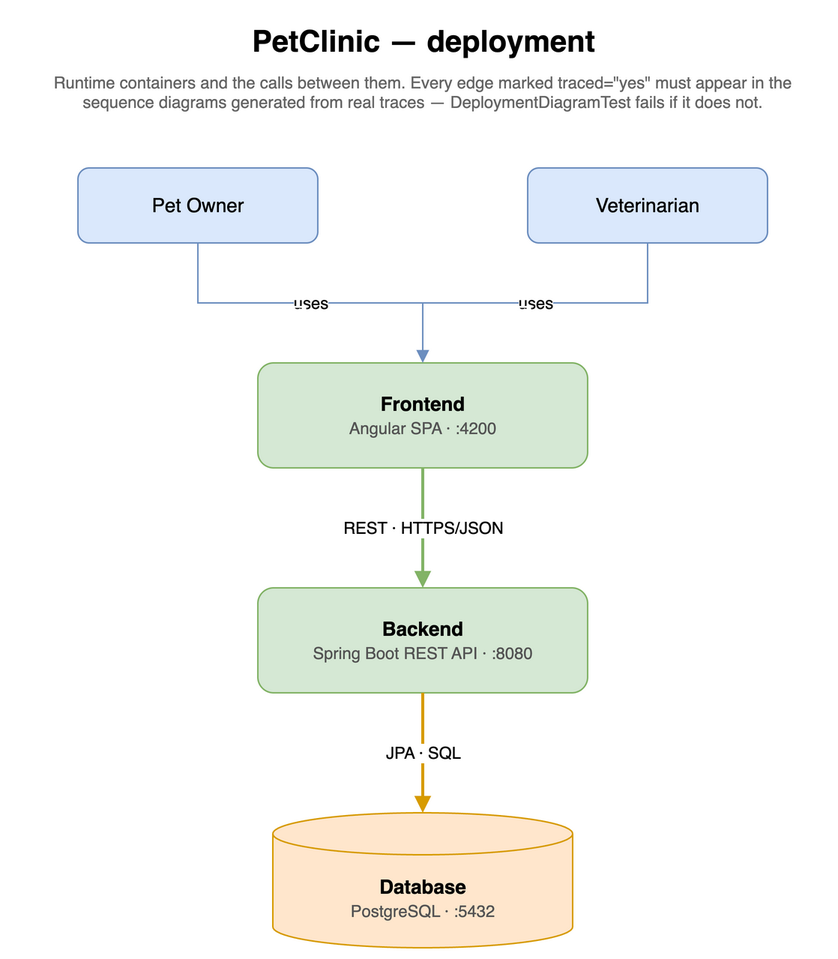
Earlier version of the draw.io export petclinic-backend/docs/deployment.drawio.png (victorrentea/petclinic). Source tidied: cells renumbered, new cells last; positions are measured from the earlier drawing's top-left corner, leaving out a move shared by most shapes. Its diagram source:
```xml
<mxGraphModel>
  <root>
    <mxCell id="0" />
    <mxCell id="1" parent="0" />
    <mxCell id="2" value="PetClinic — deployment" style="text;html=1;align=center;verticalAlign=middle;fontSize=20;fontStyle=1;" parent="1" vertex="1">
      <mxGeometry x="40" width="460" height="30" as="geometry" />
    </mxCell>
    <mxCell id="3" value="Runtime containers and the calls between them. Every edge marked traced=&quot;yes&quot; must appear in the sequence diagrams generated from real traces — DeploymentDiagramTest fails if it does not." style="text;html=1;align=center;verticalAlign=top;fontSize=11;fontColor=#666666;whiteSpace=wrap;" parent="1" vertex="1">
      <mxGeometry y="30" width="540" height="46" as="geometry" />
    </mxCell>
    <mxCell id="4" value="Pet Owner" style="rounded=1;whiteSpace=wrap;html=1;fillColor=#dae8fc;strokeColor=#6c8ebf;fontSize=13;" parent="1" vertex="1">
      <mxGeometry x="40" y="100" width="160" height="50" as="geometry" />
    </mxCell>
    <mxCell id="5" value="Veterinarian" style="rounded=1;whiteSpace=wrap;html=1;fillColor=#dae8fc;strokeColor=#6c8ebf;fontSize=13;" parent="1" vertex="1">
      <mxGeometry x="340" y="100" width="160" height="50" as="geometry" />
    </mxCell>
    <mxCell id="6" value="&lt;b&gt;Frontend&lt;/b&gt;&lt;br&gt;&lt;font style=&quot;font-size:11px;color:#555555&quot;&gt;Angular SPA · :4200&lt;/font&gt;" style="rounded=1;whiteSpace=wrap;html=1;fillColor=#d5e8d4;strokeColor=#82b366;fontSize=13;verticalAlign=middle;" parent="1" vertex="1">
      <mxGeometry x="160" y="230" width="220" height="70" as="geometry" />
    </mxCell>
    <mxCell id="7" value="&lt;b&gt;Backend&lt;/b&gt;&lt;br&gt;&lt;font style=&quot;font-size:11px;color:#555555&quot;&gt;Spring Boot REST API · :8080&lt;/font&gt;" style="rounded=1;whiteSpace=wrap;html=1;fillColor=#d5e8d4;strokeColor=#82b366;fontSize=13;verticalAlign=middle;" parent="1" vertex="1">
      <mxGeometry x="160" y="380" width="220" height="70" as="geometry" />
    </mxCell>
    <mxCell id="8" value="&lt;b&gt;Database&lt;/b&gt;&lt;br&gt;&lt;font style=&quot;font-size:11px;color:#555555&quot;&gt;PostgreSQL · :5432&lt;/font&gt;" style="shape=cylinder3;whiteSpace=wrap;html=1;boundedLbl=1;backgroundOutline=1;size=14;fillColor=#ffe6cc;strokeColor=#d79b00;fontSize=13;verticalAlign=middle;" parent="1" vertex="1">
      <mxGeometry x="170" y="530" width="200" height="90" as="geometry" />
    </mxCell>
    <mxCell id="9" value="uses" style="edgeStyle=orthogonalEdgeStyle;rounded=0;html=1;labelBackgroundColor=#FFFFFF;endArrow=block;strokeColor=#6c8ebf;fontSize=11;" parent="1" edge="1" source="4" target="6">
      <mxGeometry relative="1" as="geometry" />
    </mxCell>
    <mxCell id="10" value="uses" style="edgeStyle=orthogonalEdgeStyle;rounded=0;html=1;labelBackgroundColor=#FFFFFF;endArrow=block;strokeColor=#6c8ebf;fontSize=11;" parent="1" edge="1" source="5" target="6">
      <mxGeometry relative="1" as="geometry" />
    </mxCell>
    <mxCell id="11" value="REST · HTTPS/JSON" style="edgeStyle=orthogonalEdgeStyle;rounded=0;html=1;labelBackgroundColor=#FFFFFF;endArrow=block;strokeWidth=2;strokeColor=#82b366;fontSize=11;" parent="1" edge="1" source="6" target="7">
      <mxGeometry relative="1" as="geometry" />
    </mxCell>
    <mxCell id="12" value="JPA · SQL" style="edgeStyle=orthogonalEdgeStyle;rounded=0;html=1;labelBackgroundColor=#FFFFFF;endArrow=block;strokeWidth=2;strokeColor=#d79b00;fontSize=11;" parent="1" edge="1" source="7" target="8">
      <mxGeometry relative="1" as="geometry" />
    </mxCell>
  </root>
</mxGraphModel>
```
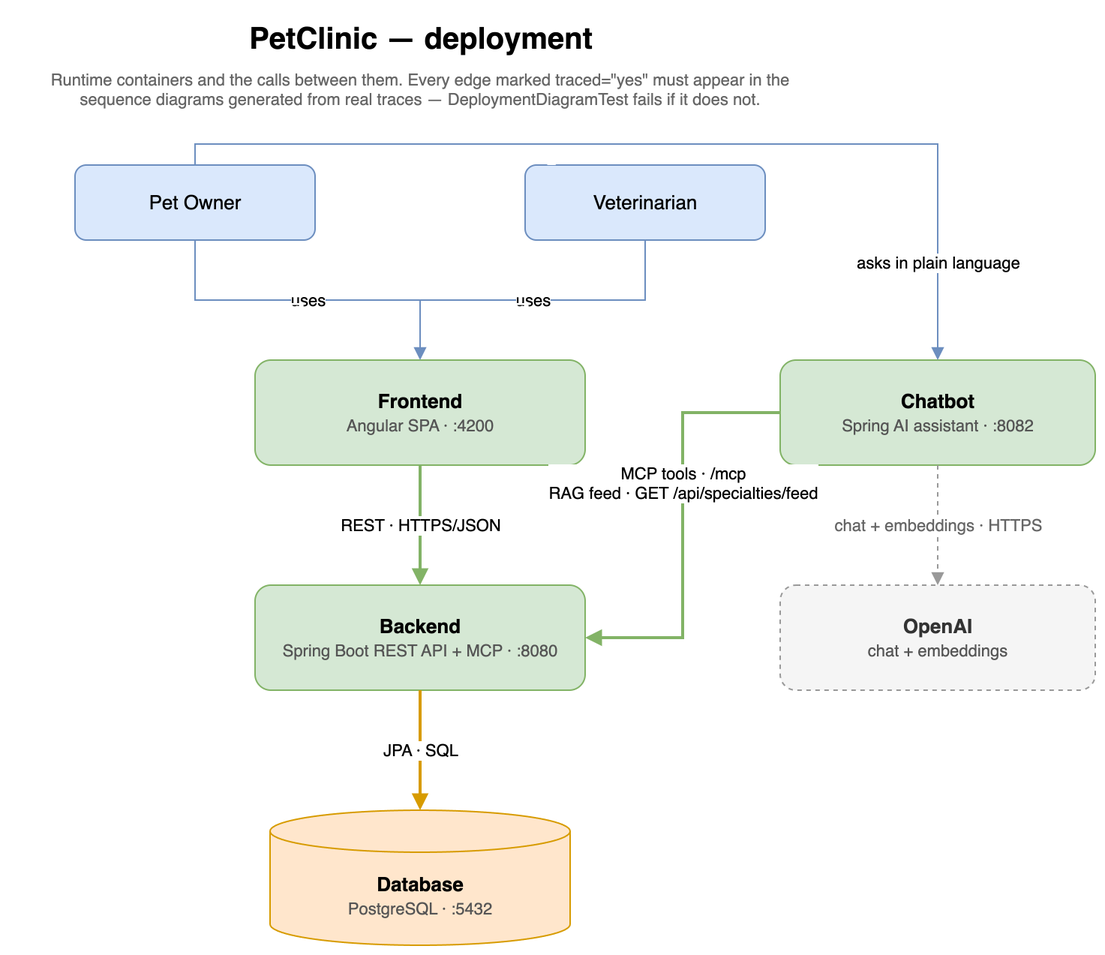
The same file after the commit.

Commit message:
docs(deployment): chatbot-ul intră în diagramă ca al doilea client al backend-ului

The edit, as a diff of the source:
```diff
@@ -17,7 +17,13 @@
     <mxCell id="6" value="&lt;b&gt;Frontend&lt;/b&gt;&lt;br&gt;&lt;font style=&quot;font-size:11px;color:#555555&quot;&gt;Angular SPA · :4200&lt;/font&gt;" style="rounded=1;whiteSpace=wrap;html=1;fillColor=#d5e8d4;strokeColor=#82b366;fontSize=13;verticalAlign=middle;" parent="1" vertex="1">
       <mxGeometry x="160" y="230" width="220" height="70" as="geometry" />
     </mxCell>
+    <mxCell id="13" value="&lt;b&gt;Chatbot&lt;/b&gt;&lt;br&gt;&lt;font style=&quot;font-size:11px;color:#555555&quot;&gt;Spring AI assistant · :8082&lt;/font&gt;" style="rounded=1;whiteSpace=wrap;html=1;fillColor=#d5e8d4;strokeColor=#82b366;fontSize=13;verticalAlign=middle;" parent="1" vertex="1">
+      <mxGeometry x="510" y="230" width="210" height="70" as="geometry" />
+    </mxCell>
+    <mxCell id="14" value="&lt;b&gt;OpenAI&lt;/b&gt;&lt;br&gt;&lt;font style=&quot;font-size:11px;color:#555555&quot;&gt;chat + embeddings&lt;/font&gt;" style="rounded=1;whiteSpace=wrap;html=1;fillColor=#f5f5f5;strokeColor=#999999;fontColor=#333333;dashed=1;fontSize=13;verticalAlign=middle;" parent="1" vertex="1">
+      <mxGeometry x="510" y="380" width="210" height="70" as="geometry" />
+    </mxCell>
-    <mxCell id="7" value="&lt;b&gt;Backend&lt;/b&gt;&lt;br&gt;&lt;font style=&quot;font-size:11px;color:#555555&quot;&gt;Spring Boot REST API · :8080&lt;/font&gt;" style="rounded=1;whiteSpace=wrap;html=1;fillColor=#d5e8d4;strokeColor=#82b366;fontSize=13;verticalAlign=middle;" parent="1" vertex="1">
+    <mxCell id="7" value="&lt;b&gt;Backend&lt;/b&gt;&lt;br&gt;&lt;font style=&quot;font-size:11px;color:#555555&quot;&gt;Spring Boot REST API + MCP · :8080&lt;/font&gt;" style="rounded=1;whiteSpace=wrap;html=1;fillColor=#d5e8d4;strokeColor=#82b366;fontSize=13;verticalAlign=middle;" parent="1" vertex="1">
       <mxGeometry x="160" y="380" width="220" height="70" as="geometry" />
     </mxCell>
     <mxCell id="8" value="&lt;b&gt;Database&lt;/b&gt;&lt;br&gt;&lt;font style=&quot;font-size:11px;color:#555555&quot;&gt;PostgreSQL · :5432&lt;/font&gt;" style="shape=cylinder3;whiteSpace=wrap;html=1;boundedLbl=1;backgroundOutline=1;size=14;fillColor=#ffe6cc;strokeColor=#d79b00;fontSize=13;verticalAlign=middle;" parent="1" vertex="1">
@@ -29,9 +35,28 @@
     <mxCell id="10" value="uses" style="edgeStyle=orthogonalEdgeStyle;rounded=0;html=1;labelBackgroundColor=#FFFFFF;endArrow=block;strokeColor=#6c8ebf;fontSize=11;" parent="1" edge="1" source="5" target="6">
       <mxGeometry relative="1" as="geometry" />
     </mxCell>
+    <mxCell id="15" value="asks in plain language" style="edgeStyle=orthogonalEdgeStyle;rounded=0;html=1;labelBackgroundColor=#FFFFFF;endArrow=block;strokeColor=#6c8ebf;fontSize=11;exitX=0.5;exitY=0;exitDx=0;exitDy=0;entryX=0.5;entryY=0;entryDx=0;entryDy=0;" parent="1" edge="1" source="4" target="13">
+      <mxGeometry x="0.8" relative="1" as="geometry">
+        <Array as="points">
+          <mxPoint x="120" y="86" />
+          <mxPoint x="615" y="86" />
+        </Array>
+      </mxGeometry>
+    </mxCell>
     <mxCell id="11" value="REST · HTTPS/JSON" style="edgeStyle=orthogonalEdgeStyle;rounded=0;html=1;labelBackgroundColor=#FFFFFF;endArrow=block;strokeWidth=2;strokeColor=#82b366;fontSize=11;" parent="1" edge="1" source="6" target="7">
       <mxGeometry relative="1" as="geometry" />
     </mxCell>
+    <mxCell id="16" value="MCP tools · /mcp&lt;br&gt;RAG feed · GET /api/specialties/feed" style="edgeStyle=orthogonalEdgeStyle;rounded=0;html=1;labelBackgroundColor=#FFFFFF;endArrow=block;strokeWidth=2;strokeColor=#82b366;fontSize=11;exitX=0;exitY=0.5;exitDx=0;exitDy=0;entryX=1;entryY=0.5;entryDx=0;entryDy=0;" parent="1" edge="1" source="13" target="7">
+      <mxGeometry x="-0.2" relative="1" as="geometry">
+        <Array as="points">
+          <mxPoint x="445" y="265" />
+          <mxPoint x="445" y="415" />
+        </Array>
+      </mxGeometry>
+    </mxCell>
+    <mxCell id="17" value="chat + embeddings · HTTPS" style="edgeStyle=orthogonalEdgeStyle;rounded=0;html=1;labelBackgroundColor=#FFFFFF;endArrow=block;dashed=1;strokeColor=#999999;fontColor=#666666;fontSize=11;exitX=0.5;exitY=1;exitDx=0;exitDy=0;entryX=0.5;entryY=0;entryDx=0;entryDy=0;" parent="1" edge="1" source="13" target="14">
+      <mxGeometry relative="1" as="geometry" />
+    </mxCell>
     <mxCell id="12" value="JPA · SQL" style="edgeStyle=orthogonalEdgeStyle;rounded=0;html=1;labelBackgroundColor=#FFFFFF;endArrow=block;strokeWidth=2;strokeColor=#d79b00;fontSize=11;" parent="1" edge="1" source="7" target="8">
       <mxGeometry relative="1" as="geometry" />
     </mxCell>
```
